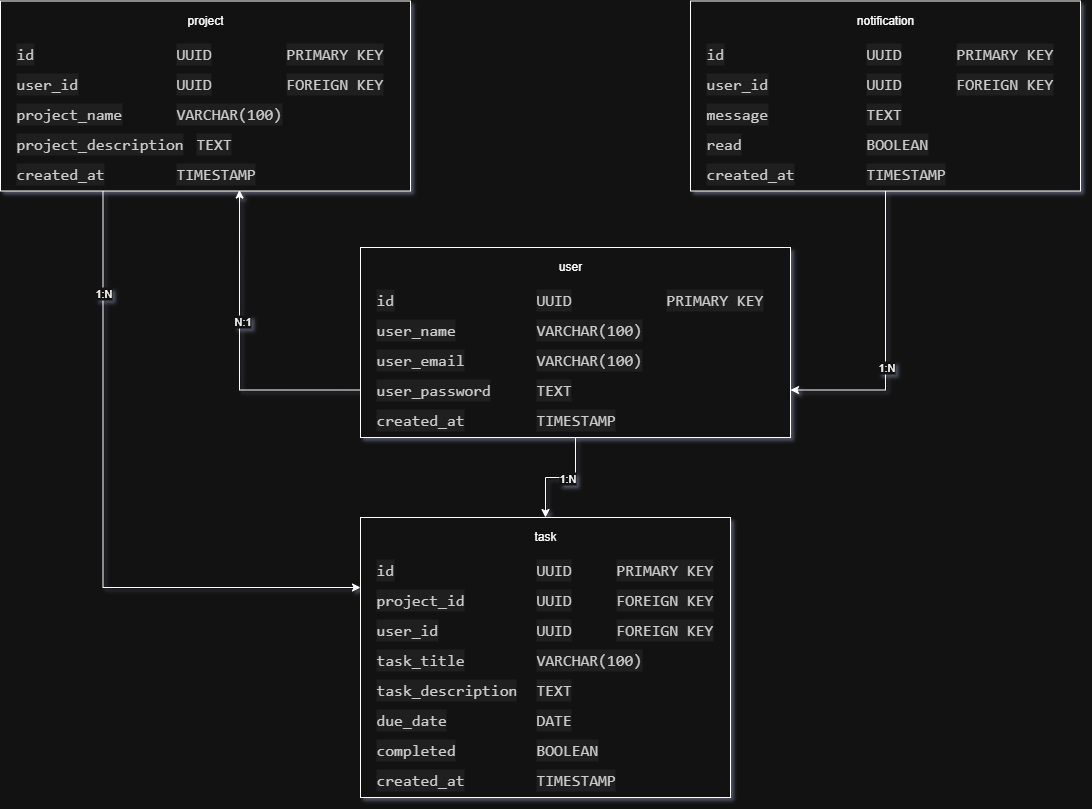
Earlier version of the draw.io export schema-database/Image/TodoApp.png (EndToEndLabCR/todoapp-api-python). Source tidied: cells renumbered, new cells last; positions are measured from the earlier drawing's top-left corner, leaving out a move shared by most shapes.
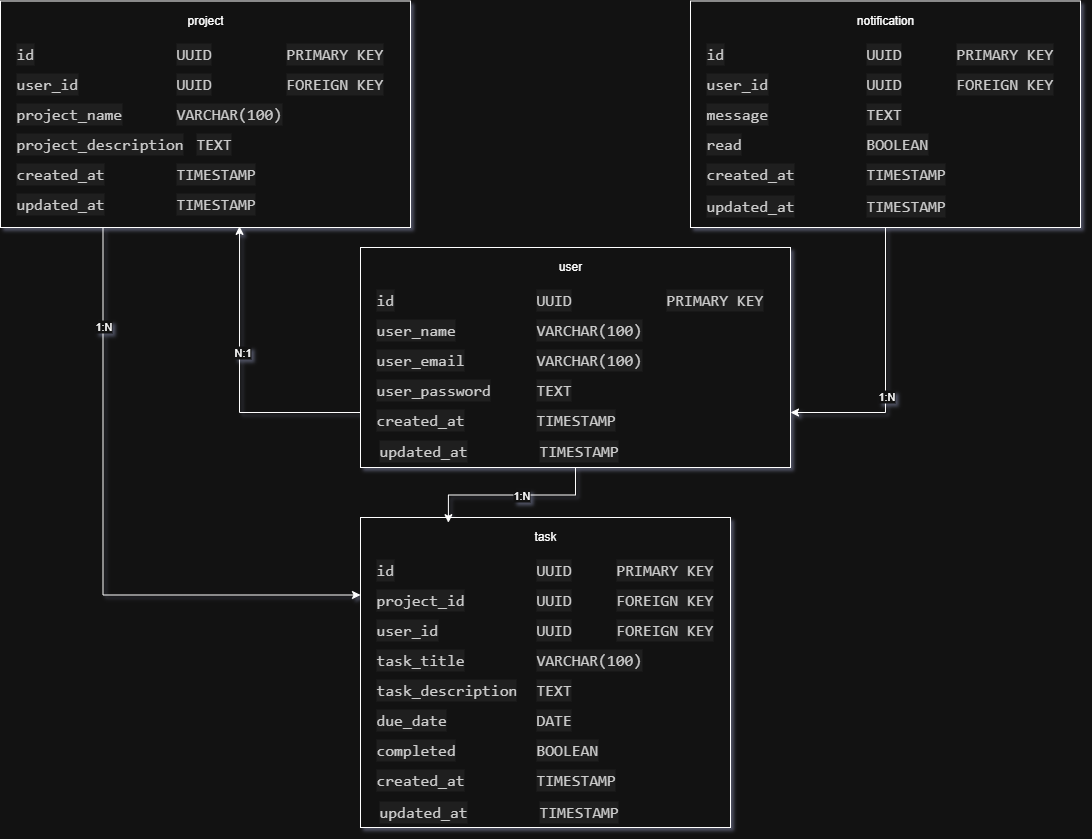
The same diagram one commit later.

Diff of the diagram source:
```diff
@@ -9,7 +9,7 @@
       <mxGeometry x="-0.69" relative="1" as="geometry" />
     </mxCell>
     <mxCell id="4" style="rounded=0;whiteSpace=wrap;html=1;labelBackgroundColor=default;labelBorderColor=default;textShadow=1;" parent="1" vertex="1">
-      <mxGeometry x="360" y="516" width="370" height="280" as="geometry" />
+      <mxGeometry x="360" y="516" width="370" height="310" as="geometry" />
     </mxCell>
     <mxCell id="5" value="task" style="text;strokeColor=none;fillColor=none;spacingLeft=4;spacingRight=4;overflow=hidden;points=[[0,0.5],[1,0.5]];portConstraint=eastwest;fontSize=12;whiteSpace=wrap;html=1;align=center;" parent="1" vertex="1">
       <mxGeometry x="450" y="521" width="190" height="30" as="geometry" />
@@ -71,7 +71,7 @@
       </mxGeometry>
     </mxCell>
     <mxCell id="24" style="rounded=0;whiteSpace=wrap;html=1;labelBackgroundColor=default;labelBorderColor=default;textShadow=1;" parent="1" vertex="1">
-      <mxGeometry y="-0.5" width="410" height="190" as="geometry" />
+      <mxGeometry y="-0.5" width="410" height="226.5" as="geometry" />
     </mxCell>
     <mxCell id="25" value="project" style="text;strokeColor=none;fillColor=none;spacingLeft=4;spacingRight=4;overflow=hidden;fontSize=12;whiteSpace=wrap;html=1;align=center;" parent="1" vertex="1">
       <mxGeometry x="110" y="4.5" width="190" height="30" as="geometry" />
@@ -115,7 +115,7 @@
       </mxGeometry>
     </mxCell>
     <mxCell id="38" style="rounded=0;whiteSpace=wrap;html=1;labelBackgroundColor=default;labelBorderColor=default;textShadow=1;" parent="1" vertex="1">
-      <mxGeometry x="690" y="-0.5" width="390" height="190" as="geometry" />
+      <mxGeometry x="690" y="-0.5" width="390" height="226.5" as="geometry" />
     </mxCell>
     <mxCell id="39" value="notification" style="text;strokeColor=none;fillColor=none;spacingLeft=4;spacingRight=4;overflow=hidden;fontSize=12;whiteSpace=wrap;html=1;align=center;" parent="1" vertex="1">
       <mxGeometry x="790" y="4.5" width="190" height="30" as="geometry" />
@@ -150,14 +150,14 @@
     <mxCell id="49" value="&lt;div style=&quot;color: rgb(204, 204, 204); background-color: rgb(31, 31, 31); font-family: Consolas, &amp;quot;Courier New&amp;quot;, monospace; font-size: 16px; line-height: 22px; white-space: pre;&quot;&gt;TIMESTAMP&lt;/div&gt;" style="text;strokeColor=none;fillColor=none;spacingLeft=4;spacingRight=4;overflow=hidden;fontSize=12;whiteSpace=wrap;html=1;" parent="1" vertex="1">
       <mxGeometry x="860" y="154.5" width="110" height="30" as="geometry" />
     </mxCell>
-    <mxCell id="50" style="edgeStyle=orthogonalEdgeStyle;rounded=0;jettySize=auto;html=1;exitX=0.5;exitY=1;exitDx=0;exitDy=0;entryX=0.5;entryY=0;entryDx=0;entryDy=0;" parent="1" edge="1" source="52" target="4">
+    <mxCell id="50" style="edgeStyle=orthogonalEdgeStyle;rounded=0;jettySize=auto;html=1;exitX=0.5;exitY=1;exitDx=0;exitDy=0;entryX=-0.011;entryY=0.007;entryDx=0;entryDy=0;entryPerimeter=0;" parent="1" edge="1" source="52" target="5">
       <mxGeometry relative="1" as="geometry" />
     </mxCell>
     <mxCell id="51" value="1:N" style="edgeLabel;html=1;align=center;verticalAlign=middle;" parent="50" vertex="1">
       <mxGeometry x="-0.11" relative="1" as="geometry" />
     </mxCell>
     <mxCell id="52" style="rounded=0;whiteSpace=wrap;html=1;labelBackgroundColor=default;labelBorderColor=default;" parent="1" vertex="1">
-      <mxGeometry x="360" y="246" width="430" height="190" as="geometry" />
+      <mxGeometry x="360" y="246" width="430" height="220" as="geometry" />
     </mxCell>
     <mxCell id="53" value="user" style="text;strokeColor=none;fillColor=none;spacingLeft=4;spacingRight=4;overflow=hidden;fontSize=12;whiteSpace=wrap;html=1;align=center;" parent="1" vertex="1">
       <mxGeometry x="475" y="251" width="190" height="30" as="geometry" />
@@ -216,5 +216,29 @@
     <mxCell id="71" value="&lt;div style=&quot;color: rgb(204, 204, 204); background-color: rgb(31, 31, 31); font-family: Consolas, &amp;quot;Courier New&amp;quot;, monospace; font-size: 16px; line-height: 22px; white-space: pre;&quot;&gt;FOREIGN KEY&lt;/div&gt;" style="text;strokeColor=none;fillColor=none;spacingLeft=4;spacingRight=4;overflow=hidden;fontSize=12;whiteSpace=wrap;html=1;" parent="1" vertex="1">
       <mxGeometry x="280" y="64.5" width="110" height="30" as="geometry" />
     </mxCell>
+    <mxCell id="72" value="&lt;div style=&quot;color: rgb(204, 204, 204); background-color: rgb(31, 31, 31); font-family: Consolas, &amp;quot;Courier New&amp;quot;, monospace; font-size: 16px; line-height: 22px; white-space: pre;&quot;&gt;updated_at&lt;/div&gt;" style="text;strokeColor=none;fillColor=none;spacingLeft=4;spacingRight=4;overflow=hidden;fontSize=12;whiteSpace=wrap;html=1;" parent="1" vertex="1">
+      <mxGeometry x="10" y="184.5" width="140" height="30" as="geometry" />
+    </mxCell>
+    <mxCell id="73" value="&lt;div style=&quot;color: rgb(204, 204, 204); background-color: rgb(31, 31, 31); font-family: Consolas, &amp;quot;Courier New&amp;quot;, monospace; font-size: 16px; line-height: 22px; white-space: pre;&quot;&gt;TIMESTAMP&lt;/div&gt;" style="text;strokeColor=none;fillColor=none;spacingLeft=4;spacingRight=4;overflow=hidden;fontSize=12;whiteSpace=wrap;html=1;" parent="1" vertex="1">
+      <mxGeometry x="170" y="184.5" width="110" height="30" as="geometry" />
+    </mxCell>
+    <mxCell id="74" value="&lt;div style=&quot;color: rgb(204, 204, 204); background-color: rgb(31, 31, 31); font-family: Consolas, &amp;quot;Courier New&amp;quot;, monospace; font-size: 16px; line-height: 22px; white-space: pre;&quot;&gt;updated_at&lt;/div&gt;" style="text;strokeColor=none;fillColor=none;spacingLeft=4;spacingRight=4;overflow=hidden;fontSize=12;whiteSpace=wrap;html=1;" parent="1" vertex="1">
+      <mxGeometry x="700" y="186.5" width="140" height="30" as="geometry" />
+    </mxCell>
+    <mxCell id="75" value="&lt;div style=&quot;color: rgb(204, 204, 204); background-color: rgb(31, 31, 31); font-family: Consolas, &amp;quot;Courier New&amp;quot;, monospace; font-size: 16px; line-height: 22px; white-space: pre;&quot;&gt;TIMESTAMP&lt;/div&gt;" style="text;strokeColor=none;fillColor=none;spacingLeft=4;spacingRight=4;overflow=hidden;fontSize=12;whiteSpace=wrap;html=1;" parent="1" vertex="1">
+      <mxGeometry x="860" y="186.5" width="110" height="30" as="geometry" />
+    </mxCell>
+    <mxCell id="76" value="&lt;div style=&quot;color: rgb(204, 204, 204); background-color: rgb(31, 31, 31); font-family: Consolas, &amp;quot;Courier New&amp;quot;, monospace; font-size: 16px; line-height: 22px; white-space: pre;&quot;&gt;updated_at&lt;/div&gt;" style="text;strokeColor=none;fillColor=none;spacingLeft=4;spacingRight=4;overflow=hidden;fontSize=12;whiteSpace=wrap;html=1;" parent="1" vertex="1">
+      <mxGeometry x="373" y="432" width="140" height="30" as="geometry" />
+    </mxCell>
+    <mxCell id="77" value="&lt;div style=&quot;color: rgb(204, 204, 204); background-color: rgb(31, 31, 31); font-family: Consolas, &amp;quot;Courier New&amp;quot;, monospace; font-size: 16px; line-height: 22px; white-space: pre;&quot;&gt;TIMESTAMP&lt;/div&gt;" style="text;strokeColor=none;fillColor=none;spacingLeft=4;spacingRight=4;overflow=hidden;fontSize=12;whiteSpace=wrap;html=1;" parent="1" vertex="1">
+      <mxGeometry x="533" y="432" width="110" height="30" as="geometry" />
+    </mxCell>
+    <mxCell id="78" value="&lt;div style=&quot;color: rgb(204, 204, 204); background-color: rgb(31, 31, 31); font-family: Consolas, &amp;quot;Courier New&amp;quot;, monospace; font-size: 16px; line-height: 22px; white-space: pre;&quot;&gt;updated_at&lt;/div&gt;" style="text;strokeColor=none;fillColor=none;spacingLeft=4;spacingRight=4;overflow=hidden;fontSize=12;whiteSpace=wrap;html=1;" parent="1" vertex="1">
+      <mxGeometry x="373" y="793" width="140" height="30" as="geometry" />
+    </mxCell>
+    <mxCell id="79" value="&lt;div style=&quot;color: rgb(204, 204, 204); background-color: rgb(31, 31, 31); font-family: Consolas, &amp;quot;Courier New&amp;quot;, monospace; font-size: 16px; line-height: 22px; white-space: pre;&quot;&gt;TIMESTAMP&lt;/div&gt;" style="text;strokeColor=none;fillColor=none;spacingLeft=4;spacingRight=4;overflow=hidden;fontSize=12;whiteSpace=wrap;html=1;" parent="1" vertex="1">
+      <mxGeometry x="533" y="793" width="110" height="30" as="geometry" />
+    </mxCell>
   </root>
 </mxGraphModel>
```
